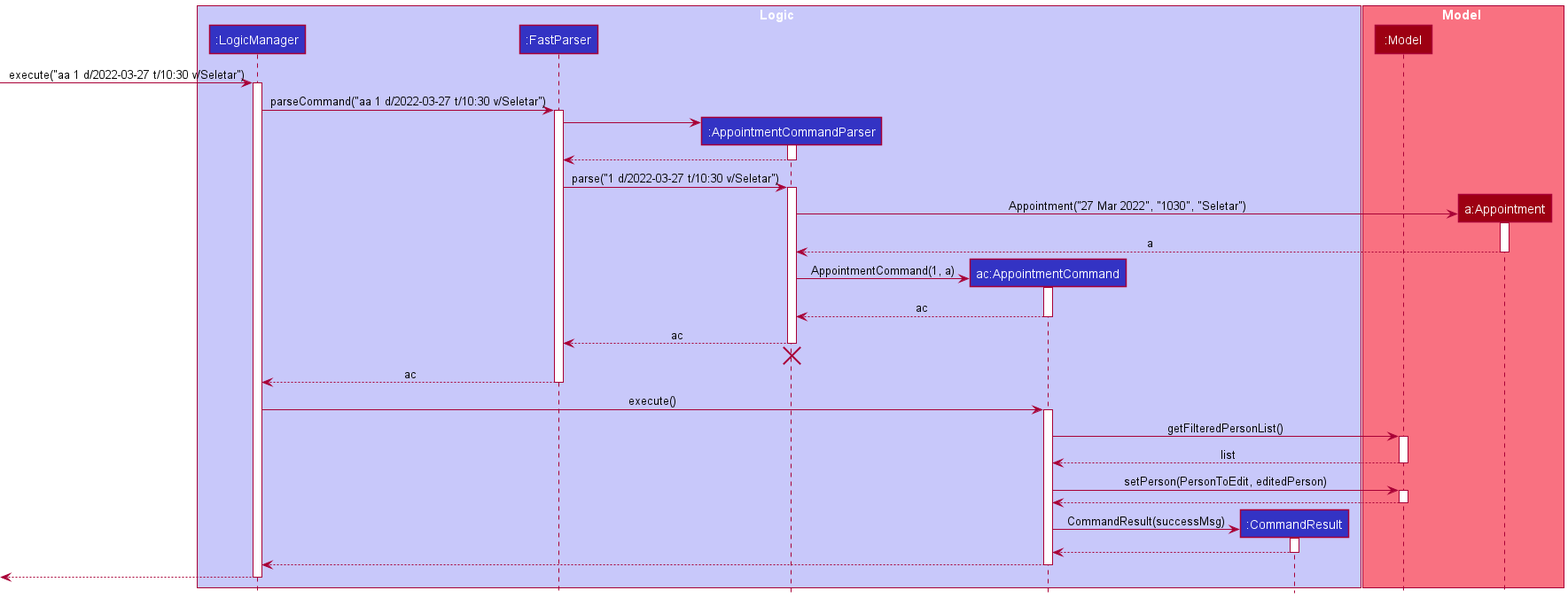
Earlier version of the PlantUML export docs/images/AppointmentSequenceDiagram.png (nus-cs2103-AY2122S1/tp). The source it was exported from:
```plantuml
@startuml
!include style.puml

box Logic LOGIC_COLOR_T1
participant ":LogicManager" as LogicManager LOGIC_COLOR
participant ":FastParser" as FastParser LOGIC_COLOR
participant ":AppointmentCommandParser" as AppointmentCommandParser LOGIC_COLOR
participant "ac:AppointmentCommand" as AppointmentCommand LOGIC_COLOR
participant ":CommandResult" as CommandResult LOGIC_COLOR
end box

box Model MODEL_COLOR_T1
participant ":Model" as Model MODEL_COLOR
participant "a:Appointment" as Appointment MODEL_COLOR
end box

[-> LogicManager : execute("aa 1 d/2022-03-27 t/10:30 v/Seletar")
activate LogicManager

LogicManager -> FastParser : parseCommand("aa 1 d/2022-03-27 t/10:30 v/Seletar")
activate FastParser

create AppointmentCommandParser
FastParser -> AppointmentCommandParser
activate AppointmentCommandParser

AppointmentCommandParser --> FastParser
deactivate AppointmentCommandParser

FastParser -> AppointmentCommandParser : parse("1 d/2022-03-27 t/10:30 v/Seletar")
activate AppointmentCommandParser

create Appointment
AppointmentCommandParser -> Appointment : Appointment("27 Mar 2022", "1030", "Seletar")
activate Appointment

Appointment --> AppointmentCommandParser : a
deactivate Appointment

create AppointmentCommand
AppointmentCommandParser -> AppointmentCommand : AppointmentCommand(1, a)
activate AppointmentCommand

AppointmentCommand --> AppointmentCommandParser : ac
deactivate AppointmentCommand

AppointmentCommandParser --> FastParser : ac
deactivate AppointmentCommandParser
AppointmentCommandParser -[hidden]-> FastParser
destroy AppointmentCommandParser

FastParser --> LogicManager : ac
deactivate FastParser

LogicManager -> AppointmentCommand : execute()
activate AppointmentCommand

AppointmentCommand -> Model : getFilteredPersonList()
activate Model

Model --> AppointmentCommand : list
deactivate Model

AppointmentCommand -> Model : setPerson(PersonToEdit, editedPerson)
activate Model

Model --> AppointmentCommand
deactivate Model

create CommandResult
AppointmentCommand -> CommandResult : CommandResult(successMsg)
activate CommandResult

CommandResult --> AppointmentCommand
deactivate CommandResult

AppointmentCommand --> LogicManager
deactivate AppointmentCommand

[<--LogicManager
deactivate LogicManager
@enduml
```
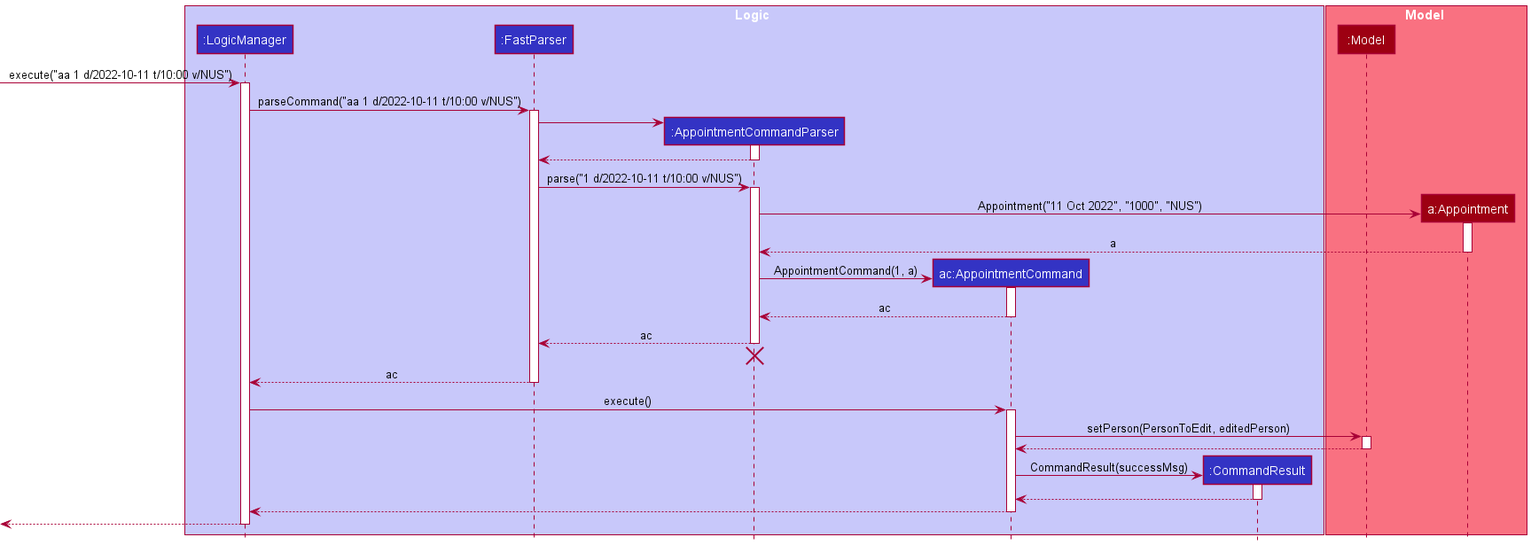
The same file after the commit.

What changed in the source:
```diff
@@ -14,10 +14,10 @@
 participant "a:Appointment" as Appointment MODEL_COLOR
 end box
 
-[-> LogicManager : execute("aa 1 d/2022-03-27 t/10:30 v/Seletar")
+[-> LogicManager : execute("aa 1 d/2022-10-11 t/10:00 v/NUS")
 activate LogicManager
 
-LogicManager -> FastParser : parseCommand("aa 1 d/2022-03-27 t/10:30 v/Seletar")
+LogicManager -> FastParser : parseCommand("aa 1 d/2022-10-11 t/10:00 v/NUS")
 activate FastParser
 
 create AppointmentCommandParser
@@ -27,11 +27,11 @@
 AppointmentCommandParser --> FastParser
 deactivate AppointmentCommandParser
 
-FastParser -> AppointmentCommandParser : parse("1 d/2022-03-27 t/10:30 v/Seletar")
+FastParser -> AppointmentCommandParser : parse("1 d/2022-10-11 t/10:00 v/NUS")
 activate AppointmentCommandParser
 
 create Appointment
-AppointmentCommandParser -> Appointment : Appointment("27 Mar 2022", "1030", "Seletar")
+AppointmentCommandParser -> Appointment : Appointment("11 Oct 2022", "1000", "NUS")
 activate Appointment
 
 Appointment --> AppointmentCommandParser : a
@@ -55,12 +55,6 @@
 LogicManager -> AppointmentCommand : execute()
 activate AppointmentCommand
 
-AppointmentCommand -> Model : getFilteredPersonList()
-activate Model
-
-Model --> AppointmentCommand : list
-deactivate Model
-
 AppointmentCommand -> Model : setPerson(PersonToEdit, editedPerson)
 activate Model
 
```
